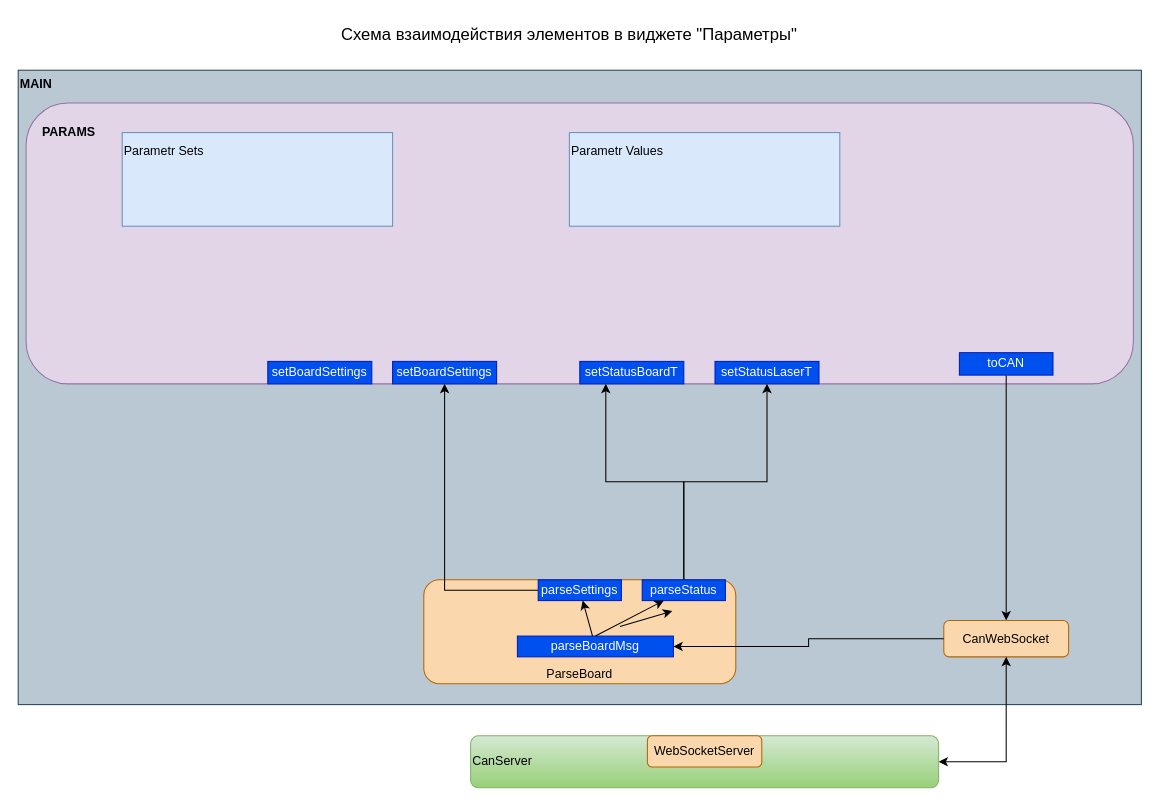
Before: params.drawio in ponBulat/dia, a draw.io diagram. Source tidied: cells renumbered, new cells numbered last; positions are measured from the earlier drawing's top-left corner, leaving out a move shared by most shapes. Both pictures are drawn from the tidied source at 104%, with x=0, y=0 at pixel (18, 18).
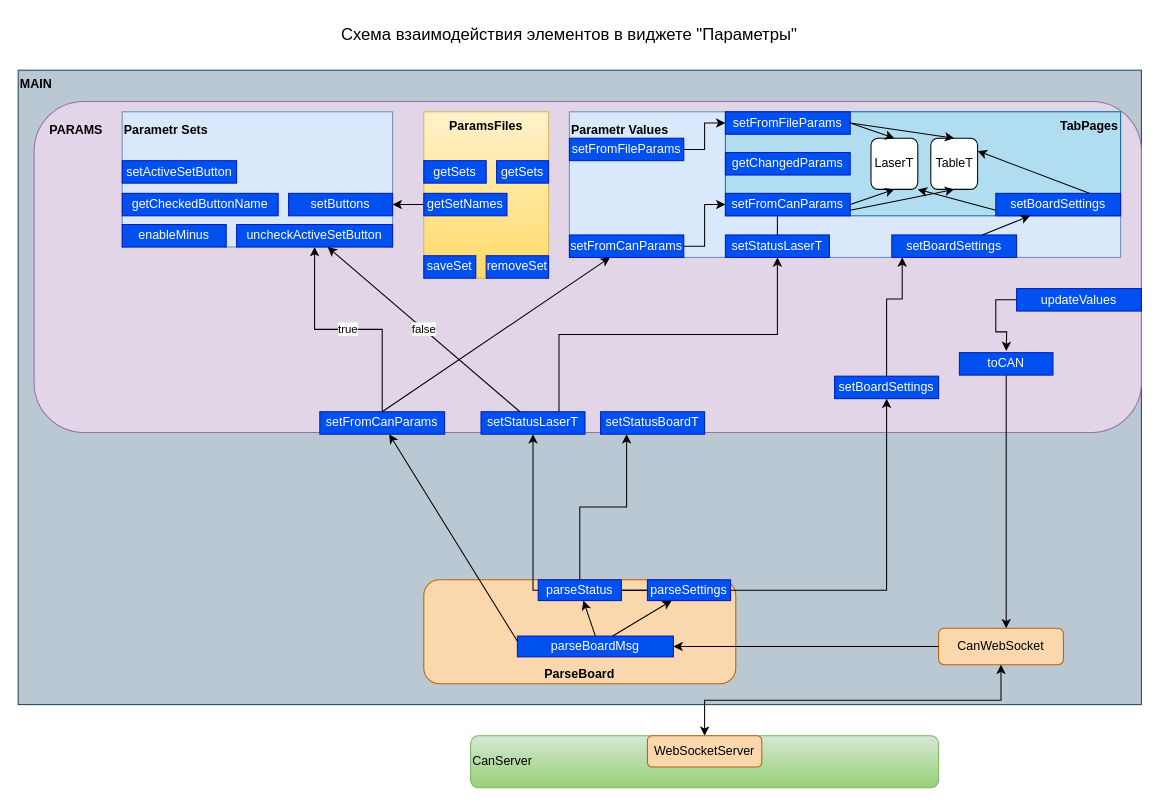
The same page after the edit.

Unchanged cells that the change refers to:
```xml
<mxCell id="22" value="parseBoardMsg" style="rounded=0;whiteSpace=wrap;html=1;shadow=0;labelBackgroundColor=none;labelBorderColor=none;fillStyle=auto;fontSize=12;fillColor=#0050ef;fontColor=#ffffff;strokeColor=#001DBC;" parent="1" vertex="1">
  <mxGeometry x="480" y="594.1" width="150" height="20" as="geometry" />
</mxCell>
```

What changed in the source:
```diff
@@
     <mxCell id="3" value="&#10;    PARAMS  " style="rounded=1;whiteSpace=wrap;verticalAlign=top;align=left;fontStyle=1;labelBackgroundColor=none;labelBorderColor=none;shadow=0;fillColor=#e1d5e7;strokeColor=#9673a6;" parent="1" vertex="1">
-      <mxGeometry x="7.6" y="81.6" width="1064.7" height="270" as="geometry" />
+      <mxGeometry x="15.3" y="80" width="1064.7" height="318.4" as="geometry" />
     </mxCell>
@@
-    <mxCell id="5" value="&lt;font style=&quot;font-size: 12px&quot;&gt;Parametr Sets&lt;/font&gt;" style="rounded=0;whiteSpace=wrap;html=1;shadow=0;labelBackgroundColor=none;labelBorderColor=none;fontSize=16;verticalAlign=top;align=left;fillColor=#dae8fc;strokeColor=#6c8ebf;" parent="1" vertex="1">
-      <mxGeometry x="100" y="110" width="260" height="90" as="geometry" />
+    <mxCell id="5" value="&lt;font style=&quot;font-size: 12px&quot;&gt;Parametr Sets&lt;/font&gt;" style="rounded=0;whiteSpace=wrap;html=1;shadow=0;labelBackgroundColor=none;labelBorderColor=none;fontSize=16;verticalAlign=top;align=left;fillColor=#dae8fc;strokeColor=#6c8ebf;fontStyle=1;" parent="1" vertex="1">
+      <mxGeometry x="100" y="90" width="260" height="130" as="geometry" />
     </mxCell>
-    <mxCell id="6" value="&lt;font style=&quot;font-size: 12px&quot;&gt;Parametr Values&lt;/font&gt;" style="rounded=0;whiteSpace=wrap;html=1;shadow=0;labelBackgroundColor=none;labelBorderColor=none;fontSize=16;verticalAlign=top;align=left;fillColor=#dae8fc;strokeColor=#6c8ebf;" parent="1" vertex="1">
-      <mxGeometry x="530" y="110" width="260" height="90" as="geometry" />
+    <mxCell id="6" value="&lt;font style=&quot;font-size: 12px&quot;&gt;Parametr Values&lt;/font&gt;" style="rounded=0;whiteSpace=wrap;html=1;shadow=0;labelBackgroundColor=none;labelBorderColor=none;fontSize=16;verticalAlign=top;align=left;fillColor=#dae8fc;strokeColor=#6c8ebf;fontStyle=1;" parent="1" vertex="1">
+      <mxGeometry x="530" y="90" width="530" height="140" as="geometry" />
     </mxCell>
@@
     <mxCell id="8" value="CanWebSocket" style="rounded=1;whiteSpace=wrap;html=1;shadow=0;labelBackgroundColor=none;labelBorderColor=none;fillStyle=auto;fontSize=12;fillColor=#fad7ac;strokeColor=#b46504;" parent="1" vertex="1">
-      <mxGeometry x="890" y="579.1" width="120" height="35" as="geometry" />
+      <mxGeometry x="885" y="586.6" width="120" height="35" as="geometry" />
     </mxCell>
-    <mxCell id="9" value="ParseBoard" style="rounded=1;whiteSpace=wrap;html=1;shadow=0;labelBackgroundColor=none;labelBorderColor=none;fillStyle=auto;fontSize=12;fillColor=#fad7ac;strokeColor=#b46504;verticalAlign=bottom;" parent="1" vertex="1">
+    <mxCell id="9" value="ParseBoard" style="rounded=1;whiteSpace=wrap;html=1;shadow=0;labelBackgroundColor=none;labelBorderColor=none;fillStyle=auto;fontSize=12;fillColor=#fad7ac;strokeColor=#b46504;verticalAlign=bottom;fontStyle=1;" parent="1" vertex="1">
       <mxGeometry x="390" y="540" width="300" height="100" as="geometry" />
     </mxCell>
@@
-    <mxCell id="14" style="edgeStyle=orthogonalEdgeStyle;rounded=0;jettySize=auto;html=1;fontSize=12;startArrow=none;startFill=0;" parent="1" edge="1" source="16" target="19">
+    <mxCell id="14" style="edgeStyle=orthogonalEdgeStyle;rounded=0;jettySize=auto;html=1;fontSize=12;startArrow=none;startFill=0;" parent="1" edge="1" source="18" target="19">
       <mxGeometry relative="1" as="geometry" />
     </mxCell>
@@
     <mxCell id="16" value="parseStatus" style="rounded=0;whiteSpace=wrap;html=1;shadow=0;labelBackgroundColor=none;labelBorderColor=none;fillStyle=auto;fontSize=12;fillColor=#0050ef;fontColor=#ffffff;strokeColor=#001DBC;" parent="1" vertex="1">
-      <mxGeometry x="600" y="540" width="80" height="20" as="geometry" />
+      <mxGeometry x="500" y="540" width="80" height="20" as="geometry" />
     </mxCell>
@@
-    <mxCell id="18" value="parseSettings" style="rounded=0;whiteSpace=wrap;html=1;shadow=0;labelBackgroundColor=none;labelBorderColor=none;fillStyle=auto;fontSize=12;fillColor=#0050ef;fontColor=#ffffff;strokeColor=#001DBC;" parent="1" vertex="1">
-      <mxGeometry x="500" y="540" width="80" height="20" as="geometry" />
-    </mxCell>
+    <mxCell id="28" style="edgeStyle=orthogonalEdgeStyle;rounded=0;jettySize=auto;html=1;exitX=0.75;exitY=0;exitDx=0;exitDy=0;" parent="1" edge="1" source="19" target="35">
+      <mxGeometry relative="1" as="geometry" />
+    </mxCell>
     <mxCell id="19" value="setStatusLaserT" style="rounded=0;whiteSpace=wrap;html=1;shadow=0;labelBackgroundColor=none;labelBorderColor=none;fillStyle=auto;fontSize=12;fillColor=#0050ef;fontColor=#ffffff;strokeColor=#001DBC;" parent="1" vertex="1">
-      <mxGeometry x="670" y="330" width="100" height="21.6" as="geometry" />
+      <mxGeometry x="445" y="378.4" width="100" height="21.6" as="geometry" />
     </mxCell>
     <mxCell id="20" value="setStatusBoardT" style="rounded=0;whiteSpace=wrap;html=1;shadow=0;labelBackgroundColor=none;labelBorderColor=none;fillStyle=auto;fontSize=12;fillColor=#0050ef;fontColor=#ffffff;strokeColor=#001DBC;" parent="1" vertex="1">
-      <mxGeometry x="540" y="330" width="100" height="21.6" as="geometry" />
+      <mxGeometry x="560" y="378.4" width="100" height="21.6" as="geometry" />
     </mxCell>
+    <mxCell id="29" style="edgeStyle=orthogonalEdgeStyle;rounded=0;jettySize=auto;html=1;exitX=0.5;exitY=0;exitDx=0;exitDy=0;" parent="1" edge="1" source="21" target="36">
+      <mxGeometry relative="1" as="geometry">
+        <Array as="points">
+          <mxPoint x="835" y="270" />
+          <mxPoint x="850" y="270" />
+        </Array>
+      </mxGeometry>
+    </mxCell>
     <mxCell id="21" value="setBoardSettings" style="rounded=0;whiteSpace=wrap;html=1;shadow=0;labelBackgroundColor=none;labelBorderColor=none;fillStyle=auto;fontSize=12;fillColor=#0050ef;fontColor=#ffffff;strokeColor=#001DBC;" parent="1" vertex="1">
-      <mxGeometry x="360" y="330" width="100" height="21.6" as="geometry" />
+      <mxGeometry x="785" y="344.2" width="100" height="21.6" as="geometry" />
     </mxCell>
@@
-    <mxCell id="26" style="endArrow=classic;html=1;rounded=0;fontSize=12;" parent="1" edge="1">
-      <mxGeometry relative="1" as="geometry">
-        <mxPoint x="578.6" y="585" as="sourcePoint" />
-        <mxPoint x="628.9" y="570" as="targetPoint" />
-      </mxGeometry>
+    <mxCell id="26" style="endArrow=classic;html=1;rounded=0;fontSize=12;exitX=0;exitY=0.25;exitDx=0;exitDy=0;" parent="1" edge="1" source="22" target="27">
+      <mxGeometry relative="1" as="geometry" />
     </mxCell>
+    <mxCell id="30" value="true" style="edgeStyle=orthogonalEdgeStyle;rounded=0;jettySize=auto;html=1;" parent="1" edge="1" source="27" target="33">
+      <mxGeometry relative="1" as="geometry" />
+    </mxCell>
-    <mxCell id="27" value="setBoardSettings" style="rounded=0;whiteSpace=wrap;html=1;shadow=0;labelBackgroundColor=none;labelBorderColor=none;fillStyle=auto;fontSize=12;fillColor=#0050ef;fontColor=#ffffff;strokeColor=#001DBC;" parent="1" vertex="1">
-      <mxGeometry x="240" y="330" width="100" height="21.6" as="geometry" />
+    <mxCell id="27" value="setFromCanParams" style="rounded=0;whiteSpace=wrap;html=1;shadow=0;labelBackgroundColor=none;labelBorderColor=none;fillStyle=auto;fontSize=12;fillColor=#0050ef;fontColor=#ffffff;strokeColor=#001DBC;" parent="1" vertex="1">
+      <mxGeometry x="290" y="378.4" width="120" height="21.6" as="geometry" />
     </mxCell>
+    <mxCell id="31" style="edgeStyle=orthogonalEdgeStyle;rounded=0;jettySize=auto;html=1;entryX=0;entryY=0.5;entryDx=0;entryDy=0;startArrow=none;startFill=0;" parent="1" edge="1" source="32" target="44">
+      <mxGeometry relative="1" as="geometry" />
+    </mxCell>
+    <mxCell id="32" value="setFromCanParams" style="rounded=0;whiteSpace=wrap;html=1;shadow=0;labelBackgroundColor=none;labelBorderColor=none;fillStyle=auto;fontSize=12;fillColor=#0050ef;fontColor=#ffffff;strokeColor=#001DBC;" parent="1" vertex="1">
+      <mxGeometry x="530" y="208.4" width="110" height="21.6" as="geometry" />
+    </mxCell>
+    <mxCell id="33" value="uncheckActiveSetButton" style="rounded=0;whiteSpace=wrap;html=1;shadow=0;labelBackgroundColor=none;labelBorderColor=none;fillStyle=auto;fontSize=12;fillColor=#0050ef;fontColor=#ffffff;strokeColor=#001DBC;" parent="1" vertex="1">
+      <mxGeometry x="210" y="198.4" width="150" height="21.6" as="geometry" />
+    </mxCell>
+    <mxCell id="34" style="edgeStyle=orthogonalEdgeStyle;rounded=0;jettySize=auto;html=1;startArrow=none;startFill=0;" parent="1" edge="1" source="35" target="53">
+      <mxGeometry relative="1" as="geometry" />
+    </mxCell>
+    <mxCell id="35" value="setStatusLaserT" style="rounded=0;whiteSpace=wrap;html=1;shadow=0;labelBackgroundColor=none;labelBorderColor=none;fillStyle=auto;fontSize=12;fillColor=#0050ef;fontColor=#ffffff;strokeColor=#001DBC;" parent="1" vertex="1">
+      <mxGeometry x="680" y="208.4" width="100" height="21.6" as="geometry" />
+    </mxCell>
+    <mxCell id="36" value="setBoardSettings" style="rounded=0;whiteSpace=wrap;html=1;shadow=0;labelBackgroundColor=none;labelBorderColor=none;fillStyle=auto;fontSize=12;fillColor=#0050ef;fontColor=#ffffff;strokeColor=#001DBC;" parent="1" vertex="1">
+      <mxGeometry x="840" y="208.4" width="120" height="21.6" as="geometry" />
+    </mxCell>
+    <mxCell id="37" style="edgeStyle=orthogonalEdgeStyle;rounded=0;jettySize=auto;html=1;" parent="1" edge="1" source="38">
+      <mxGeometry relative="1" as="geometry">
+        <mxPoint x="950" y="320" as="targetPoint" />
+      </mxGeometry>
+    </mxCell>
+    <mxCell id="38" value="updateValues" style="rounded=0;whiteSpace=wrap;html=1;shadow=0;labelBackgroundColor=none;labelBorderColor=none;fillStyle=auto;fontSize=12;fillColor=#0050ef;fontColor=#ffffff;strokeColor=#001DBC;" parent="1" vertex="1">
+      <mxGeometry x="960" y="260" width="120" height="21.6" as="geometry" />
+    </mxCell>
+    <mxCell id="18" value="parseSettings" style="rounded=0;whiteSpace=wrap;html=1;shadow=0;labelBackgroundColor=none;labelBorderColor=none;fillStyle=auto;fontSize=12;fillColor=#0050ef;fontColor=#ffffff;strokeColor=#001DBC;" parent="1" vertex="1">
+      <mxGeometry x="605" y="540" width="80" height="20" as="geometry" />
+    </mxCell>
+    <mxCell id="39" style="edgeStyle=orthogonalEdgeStyle;rounded=0;jettySize=auto;html=1;fontSize=12;startArrow=none;startFill=0;endArrow=none;" parent="1" edge="1" source="16" target="18">
+      <mxGeometry relative="1" as="geometry" />
+    </mxCell>
+    <mxCell id="40" style="endArrow=classic;html=1;rounded=0;exitX=0.5;exitY=0;exitDx=0;exitDy=0;" parent="1" edge="1" source="27" target="32">
+      <mxGeometry relative="1" as="geometry" />
+    </mxCell>
+    <mxCell id="41" value="false" style="endArrow=classic;html=1;rounded=0;" parent="1" edge="1" source="19" target="33">
+      <mxGeometry relative="1" as="geometry" />
+    </mxCell>
+    <mxCell id="42" value="TabPages" style="rounded=0;whiteSpace=wrap;html=1;fillColor=#b1ddf0;strokeColor=#10739e;verticalAlign=top;align=right;fontStyle=1;" parent="1" vertex="1">
+      <mxGeometry x="680" y="90" width="380" height="100" as="geometry" />
+    </mxCell>
+    <mxCell id="43" value="setBoardSettings" style="rounded=0;whiteSpace=wrap;html=1;shadow=0;labelBackgroundColor=none;labelBorderColor=none;fillStyle=auto;fontSize=12;fillColor=#0050ef;fontColor=#ffffff;strokeColor=#001DBC;" parent="1" vertex="1">
+      <mxGeometry x="940" y="168.4" width="120" height="21.6" as="geometry" />
+    </mxCell>
+    <mxCell id="44" value="setFromCanParams" style="rounded=0;whiteSpace=wrap;html=1;shadow=0;labelBackgroundColor=none;labelBorderColor=none;fillStyle=auto;fontSize=12;fillColor=#0050ef;fontColor=#ffffff;strokeColor=#001DBC;" parent="1" vertex="1">
+      <mxGeometry x="680" y="168.4" width="120" height="21.6" as="geometry" />
+    </mxCell>
+    <mxCell id="45" value="ParamsFiles" style="rounded=0;whiteSpace=wrap;html=1;fillColor=#fff2cc;gradientColor=#ffd966;strokeColor=#d6b656;verticalAlign=top;fontStyle=1;" parent="1" vertex="1">
+      <mxGeometry x="390" y="90" width="120" height="160" as="geometry" />
+    </mxCell>
+    <mxCell id="46" style="edgeStyle=orthogonalEdgeStyle;rounded=0;jettySize=auto;html=1;startArrow=none;startFill=0;" parent="1" edge="1" source="47" target="62">
+      <mxGeometry relative="1" as="geometry" />
+    </mxCell>
+    <mxCell id="47" value="getSetNames" style="rounded=0;whiteSpace=wrap;html=1;shadow=0;labelBackgroundColor=none;labelBorderColor=none;fillStyle=auto;fontSize=12;fillColor=#0050ef;fontColor=#ffffff;strokeColor=#001DBC;" parent="1" vertex="1">
+      <mxGeometry x="390" y="168.4" width="80" height="21.6" as="geometry" />
+    </mxCell>
+    <mxCell id="48" value="getSets" style="rounded=0;whiteSpace=wrap;html=1;shadow=0;labelBackgroundColor=none;labelBorderColor=none;fillStyle=auto;fontSize=12;fillColor=#0050ef;fontColor=#ffffff;strokeColor=#001DBC;" parent="1" vertex="1">
+      <mxGeometry x="390" y="137" width="60" height="21.6" as="geometry" />
+    </mxCell>
+    <mxCell id="49" value="getSets" style="rounded=0;whiteSpace=wrap;html=1;shadow=0;labelBackgroundColor=none;labelBorderColor=none;fillStyle=auto;fontSize=12;fillColor=#0050ef;fontColor=#ffffff;strokeColor=#001DBC;" parent="1" vertex="1">
+      <mxGeometry x="460" y="137" width="50" height="21.6" as="geometry" />
+    </mxCell>
+    <mxCell id="50" value="removeSet" style="rounded=0;whiteSpace=wrap;html=1;shadow=0;labelBackgroundColor=none;labelBorderColor=none;fillStyle=auto;fontSize=12;fillColor=#0050ef;fontColor=#ffffff;strokeColor=#001DBC;" parent="1" vertex="1">
+      <mxGeometry x="450" y="228.4" width="60" height="21.6" as="geometry" />
+    </mxCell>
+    <mxCell id="51" value="saveSet" style="rounded=0;whiteSpace=wrap;html=1;shadow=0;labelBackgroundColor=none;labelBorderColor=none;fillStyle=auto;fontSize=12;fillColor=#0050ef;fontColor=#ffffff;strokeColor=#001DBC;" parent="1" vertex="1">
+      <mxGeometry x="390" y="228.4" width="50" height="21.6" as="geometry" />
+    </mxCell>
+    <mxCell id="52" value="getChangedParams" style="rounded=0;whiteSpace=wrap;html=1;shadow=0;labelBackgroundColor=none;labelBorderColor=none;fillStyle=auto;fontSize=12;fillColor=#0050ef;fontColor=#ffffff;strokeColor=#001DBC;verticalAlign=middle;" parent="1" vertex="1">
+      <mxGeometry x="680" y="129.2" width="120" height="21.6" as="geometry" />
+    </mxCell>
+    <mxCell id="53" value="setFromFileParams" style="rounded=0;whiteSpace=wrap;html=1;shadow=0;labelBackgroundColor=none;labelBorderColor=none;fillStyle=auto;fontSize=12;fillColor=#0050ef;fontColor=#ffffff;strokeColor=#001DBC;" parent="1" vertex="1">
+      <mxGeometry x="680" y="90" width="120" height="21.6" as="geometry" />
+    </mxCell>
+    <mxCell id="54" style="edgeStyle=orthogonalEdgeStyle;rounded=0;jettySize=auto;html=1;entryX=0;entryY=0.5;entryDx=0;entryDy=0;startArrow=none;startFill=0;" parent="1" edge="1" source="55" target="53">
+      <mxGeometry relative="1" as="geometry" />
+    </mxCell>
+    <mxCell id="55" value="setFromFileParams" style="rounded=0;whiteSpace=wrap;html=1;shadow=0;labelBackgroundColor=none;labelBorderColor=none;fillStyle=auto;fontSize=12;fillColor=#0050ef;fontColor=#ffffff;strokeColor=#001DBC;" parent="1" vertex="1">
+      <mxGeometry x="530" y="115.4" width="110" height="21.6" as="geometry" />
+    </mxCell>
+    <mxCell id="56" value="LaserT" style="rounded=1;whiteSpace=wrap;html=1;" parent="1" vertex="1">
+      <mxGeometry x="820" y="115.4" width="45" height="49.2" as="geometry" />
+    </mxCell>
+    <mxCell id="57" value="TableT" style="rounded=1;whiteSpace=wrap;html=1;" parent="1" vertex="1">
+      <mxGeometry x="877.5" y="115.4" width="45" height="49.2" as="geometry" />
+    </mxCell>
+    <mxCell id="58" style="endArrow=classic;html=1;rounded=0;exitX=1;exitY=0.5;exitDx=0;exitDy=0;entryX=0.5;entryY=0;entryDx=0;entryDy=0;" parent="1" edge="1" source="53" target="56">
+      <mxGeometry relative="1" as="geometry" />
+    </mxCell>
+    <mxCell id="59" style="endArrow=classic;html=1;rounded=0;exitX=1;exitY=0.5;exitDx=0;exitDy=0;entryX=0.5;entryY=0;entryDx=0;entryDy=0;" parent="1" edge="1" source="53" target="57">
+      <mxGeometry relative="1" as="geometry" />
+    </mxCell>
+    <mxCell id="60" style="endArrow=classic;html=1;rounded=0;exitX=1;exitY=0.75;exitDx=0;exitDy=0;entryX=0.5;entryY=1;entryDx=0;entryDy=0;" parent="1" edge="1" source="44" target="57">
+      <mxGeometry relative="1" as="geometry" />
+    </mxCell>
+    <mxCell id="61" style="endArrow=classic;html=1;rounded=0;exitX=1;exitY=0.5;exitDx=0;exitDy=0;entryX=0.5;entryY=1;entryDx=0;entryDy=0;" parent="1" edge="1" source="44" target="56">
+      <mxGeometry relative="1" as="geometry" />
+    </mxCell>
+    <mxCell id="62" value="setButtons" style="rounded=0;whiteSpace=wrap;html=1;shadow=0;labelBackgroundColor=none;labelBorderColor=none;fillStyle=auto;fontSize=12;fillColor=#0050ef;fontColor=#ffffff;strokeColor=#001DBC;" parent="1" vertex="1">
+      <mxGeometry x="260" y="168.4" width="100" height="21.6" as="geometry" />
+    </mxCell>
+    <mxCell id="63" value="setActiveSetButton" style="rounded=0;whiteSpace=wrap;html=1;shadow=0;labelBackgroundColor=none;labelBorderColor=none;fillStyle=auto;fontSize=12;fillColor=#0050ef;fontColor=#ffffff;strokeColor=#001DBC;" parent="1" vertex="1">
+      <mxGeometry x="100" y="137" width="110" height="21.6" as="geometry" />
+    </mxCell>
+    <mxCell id="64" value="getCheckedButtonName" style="rounded=0;whiteSpace=wrap;html=1;shadow=0;labelBackgroundColor=none;labelBorderColor=none;fillStyle=auto;fontSize=12;fillColor=#0050ef;fontColor=#ffffff;strokeColor=#001DBC;" parent="1" vertex="1">
+      <mxGeometry x="100" y="168.4" width="150" height="21.6" as="geometry" />
+    </mxCell>
+    <mxCell id="65" value="enableMinus" style="rounded=0;whiteSpace=wrap;html=1;shadow=0;labelBackgroundColor=none;labelBorderColor=none;fillStyle=auto;fontSize=12;fillColor=#0050ef;fontColor=#ffffff;strokeColor=#001DBC;" parent="1" vertex="1">
+      <mxGeometry x="100" y="198.4" width="100" height="21.6" as="geometry" />
+    </mxCell>
+    <mxCell id="66" style="endArrow=classic;html=1;rounded=0;" parent="1" edge="1" source="36" target="43">
+      <mxGeometry relative="1" as="geometry" />
+    </mxCell>
+    <mxCell id="67" style="endArrow=classic;html=1;rounded=0;exitX=0.75;exitY=0;exitDx=0;exitDy=0;entryX=1;entryY=0.25;entryDx=0;entryDy=0;" parent="1" edge="1" source="43" target="57">
+      <mxGeometry relative="1" as="geometry" />
+    </mxCell>
+    <mxCell id="68" style="endArrow=classic;html=1;rounded=0;exitX=0;exitY=0.75;exitDx=0;exitDy=0;entryX=1;entryY=1;entryDx=0;entryDy=0;" parent="1" edge="1" source="43" target="56">
+      <mxGeometry relative="1" as="geometry" />
+    </mxCell>
```
